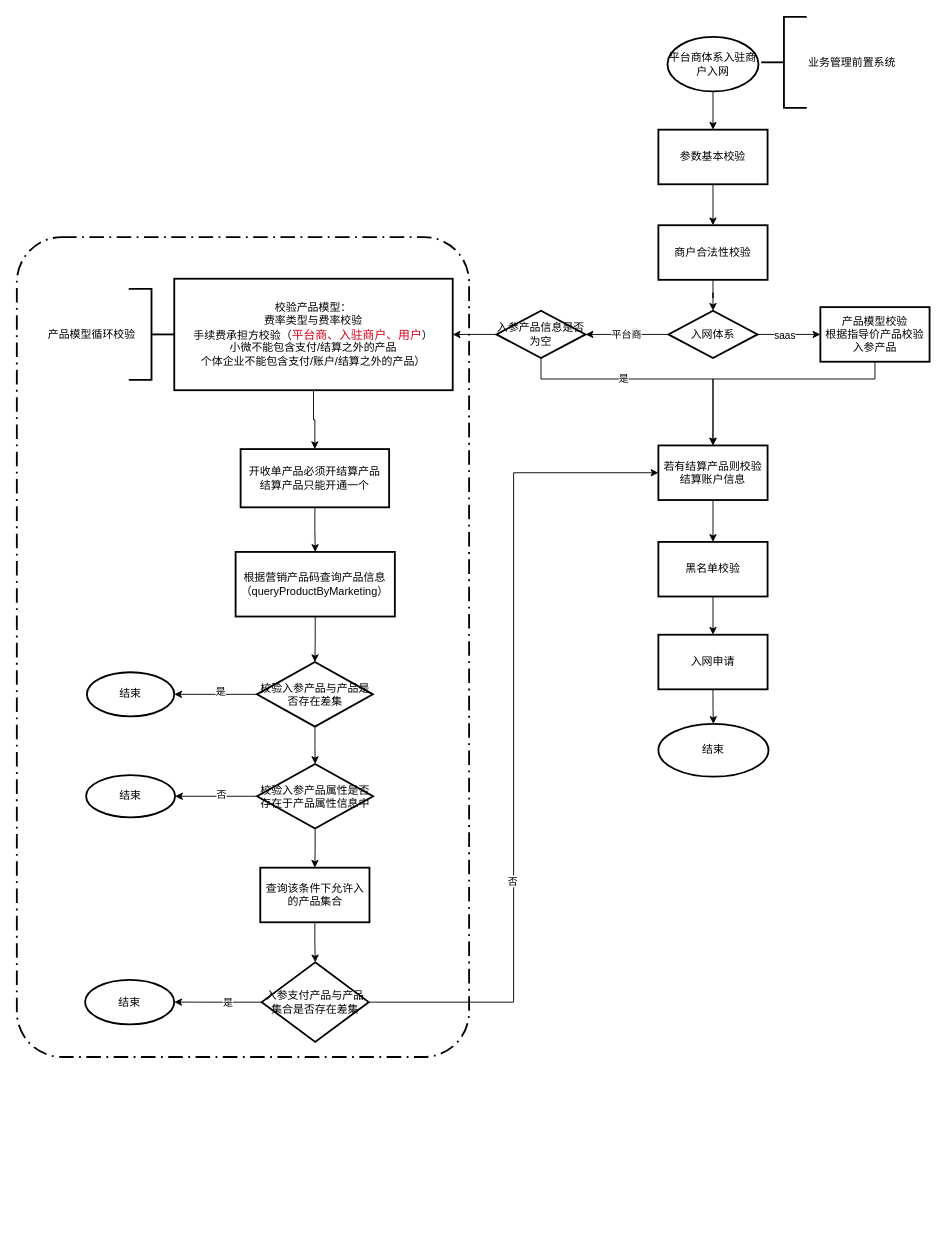
fengyong7723131/work keeps this draw.io diagram as page "迁移平台商入驻商户存在产品" (1 of 2) of 未命名绘图.drawio. Above is the earlier version. Source tidied: cells renumbered, new cells numbered last; positions are measured from the earlier drawing's top-left corner, leaving out a move shared by most shapes. Both pictures are drawn from the tidied source at 91%, with x=0, y=0 at pixel (16, 16).
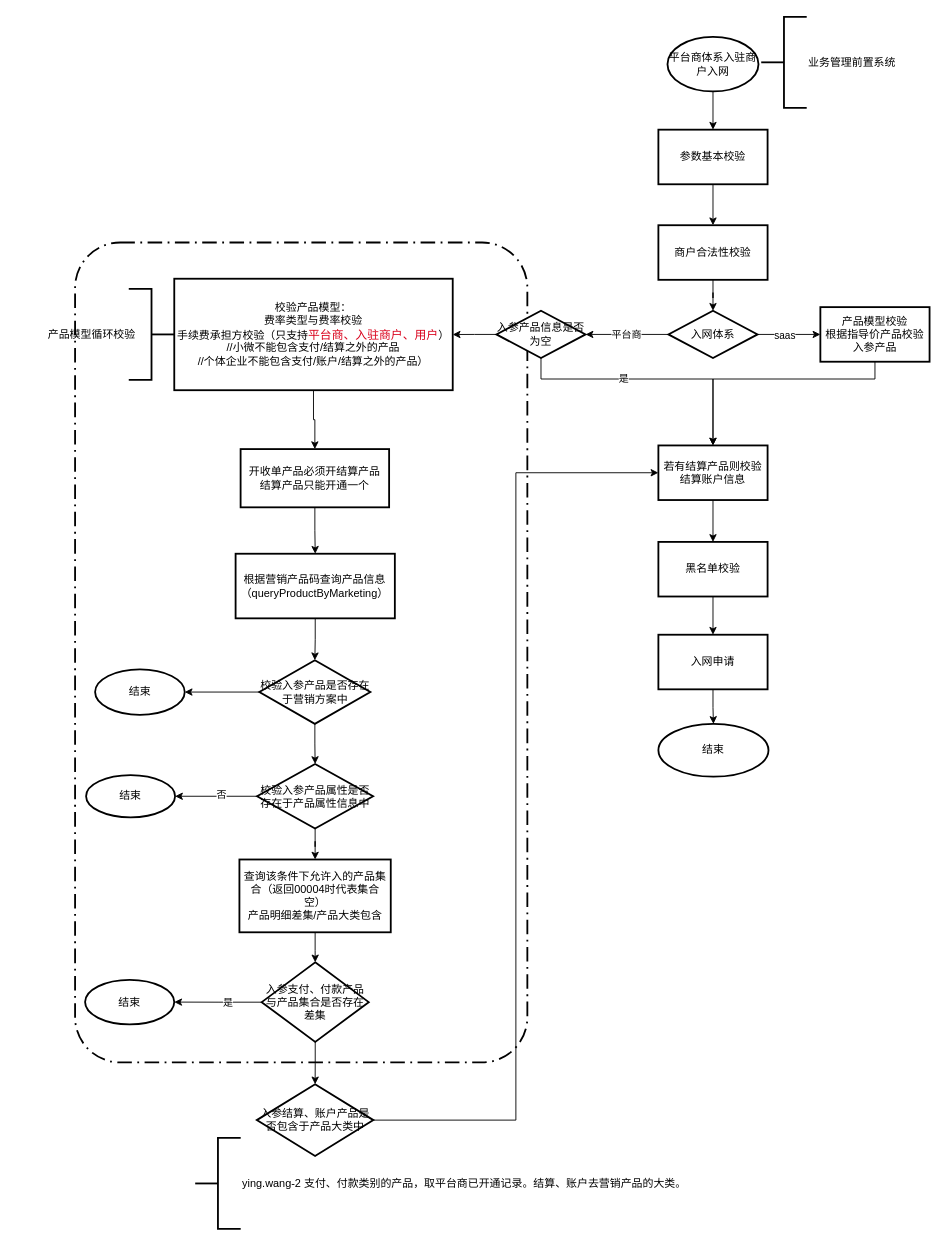
Above is the later version.

Commit message:
更新未命名绘图.drawio

Unchanged cells that the change refers to:
```xml
<mxCell id="22" value="若有结算产品则校验结算账户信息" style="whiteSpace=wrap;html=1;strokeWidth=2;" parent="1" vertex="1">
  <mxGeometry x="705" y="471" width="120" height="60" as="geometry" />
</mxCell>
<mxCell id="36" value="校验入参产品属性是否存在于产品属性信息中" style="rhombus;whiteSpace=wrap;html=1;strokeWidth=2;" parent="1" vertex="1">
  <mxGeometry x="264" y="821" width="127.5" height="71" as="geometry" />
</mxCell>
```

Diff of the diagram source:
```diff
@@
     <mxCell id="2" style="rounded=1;arcSize=10;dashed=1;strokeColor=#000000;fillColor=none;gradientColor=none;dashPattern=8 3 1 3;strokeWidth=2;" parent="1" vertex="1">
-      <mxGeometry y="242" width="497" height="901" as="geometry" />
+      <mxGeometry x="64" y="248" width="497" height="901" as="geometry" />
     </mxCell>
@@
-    <mxCell id="19" style="edgeStyle=orthogonalEdgeStyle;rounded=0;jettySize=auto;html=1;" parent="1" edge="1" source="20" target="31">
-      <mxGeometry relative="1" as="geometry" />
-    </mxCell>
+    <mxCell id="53" style="edgeStyle=orthogonalEdgeStyle;rounded=0;jettySize=auto;html=1;" parent="1" edge="1" source="20" target="58">
+      <mxGeometry relative="1" as="geometry" />
+    </mxCell>
     <mxCell id="20" value="根据营销产品码查询产品信息（queryProductByMarketing）" style="whiteSpace=wrap;html=1;strokeWidth=2;" parent="1" vertex="1">
-      <mxGeometry x="240.4" y="588" width="175" height="71" as="geometry" />
+      <mxGeometry x="240.4" y="590" width="175" height="71" as="geometry" />
     </mxCell>
@@
-    <mxCell id="28" style="edgeStyle=orthogonalEdgeStyle;rounded=0;jettySize=auto;html=1;" parent="1" edge="1" source="31" target="32">
-      <mxGeometry relative="1" as="geometry" />
-    </mxCell>
-    <mxCell id="29" value="是" style="edgeLabel;html=1;align=center;verticalAlign=middle;" parent="28" vertex="1">
-      <mxGeometry x="-0.12" y="-3" relative="1" as="geometry" />
-    </mxCell>
-    <mxCell id="30" style="edgeStyle=orthogonalEdgeStyle;rounded=0;jettySize=auto;html=1;" parent="1" edge="1" source="31" target="36">
-      <mxGeometry relative="1" as="geometry" />
-    </mxCell>
-    <mxCell id="31" value="&lt;span&gt;校验入参产品与产品是否存在差集&lt;/span&gt;" style="rhombus;whiteSpace=wrap;html=1;strokeWidth=2;" parent="1" vertex="1">
-      <mxGeometry x="263.8" y="709" width="127.5" height="71" as="geometry" />
-    </mxCell>
-    <mxCell id="32" value="结束" style="ellipse;whiteSpace=wrap;html=1;strokeWidth=2;" parent="1" vertex="1">
-      <mxGeometry x="77" y="720.2" width="96" height="48.5" as="geometry" />
-    </mxCell>
@@
-    <mxCell id="39" value="查询该条件下允许入的产品集合" style="whiteSpace=wrap;html=1;strokeWidth=2;" parent="1" vertex="1">
-      <mxGeometry x="267.5" y="935" width="120" height="60" as="geometry" />
+    <mxCell id="39" value="查询该条件下允许入的产品集合（返回00004时代表集合空）&lt;br&gt;产品明细差集/产品大类包含" style="whiteSpace=wrap;html=1;strokeWidth=2;" parent="1" vertex="1">
+      <mxGeometry x="244.6" y="926" width="166.3" height="80" as="geometry" />
     </mxCell>
@@
-    <mxCell id="41" value="校验产品模型：&lt;br&gt;费率类型与费率校验&lt;br&gt;手续费承担方校验（&lt;span style=&quot;color: rgb(217 , 0 , 27) ; font-family: , &amp;#34;pingfang sc&amp;#34; , sans-serif ; font-size: 13px&quot;&gt;平台商、入驻商户、用户&lt;/span&gt;）&lt;br&gt;小微不能包含支付/结算之外的产品&lt;br&gt;个体企业不能包含支付/账户/结算之外的产品）" style="whiteSpace=wrap;html=1;strokeWidth=2;" parent="1" vertex="1">
+    <mxCell id="41" value="校验产品模型：&lt;br&gt;费率类型与费率校验&lt;br&gt;手续费承担方校验（只支持&lt;span style=&quot;color: rgb(217 , 0 , 27) ; font-family: , &amp;#34;pingfang sc&amp;#34; , sans-serif ; font-size: 13px&quot;&gt;平台商、入驻商户、用户&lt;/span&gt;）&lt;br&gt;//小微不能包含支付/结算之外的产品&lt;br&gt;//个体企业不能包含支付/账户/结算之外的产品）" style="whiteSpace=wrap;html=1;strokeWidth=2;" parent="1" vertex="1">
       <mxGeometry x="173" y="287.8" width="306" height="122.5" as="geometry" />
     </mxCell>
@@
-    <mxCell id="46" style="edgeStyle=orthogonalEdgeStyle;rounded=0;jettySize=auto;html=1;entryX=0;entryY=0.5;entryDx=0;entryDy=0;" parent="1" edge="1" source="48" target="22">
-      <mxGeometry relative="1" as="geometry" />
-    </mxCell>
-    <mxCell id="47" value="否" style="edgeLabel;html=1;align=center;verticalAlign=middle;" parent="46" vertex="1">
-      <mxGeometry x="-0.35" y="1" relative="1" as="geometry" />
-    </mxCell>
+    <mxCell id="54" style="edgeStyle=orthogonalEdgeStyle;rounded=0;jettySize=auto;html=1;" parent="1" edge="1" source="48" target="60">
+      <mxGeometry relative="1" as="geometry" />
+    </mxCell>
-    <mxCell id="48" value="&lt;span&gt;入参支付产品与产品集合是否存在差集&lt;/span&gt;" style="rhombus;whiteSpace=wrap;html=1;strokeWidth=2;" parent="1" vertex="1">
+    <mxCell id="48" value="&lt;span&gt;入参支付、付款产品与产品集合是否存在差集&lt;/span&gt;" style="rhombus;whiteSpace=wrap;html=1;strokeWidth=2;" parent="1" vertex="1">
       <mxGeometry x="269.1" y="1039" width="117.6" height="87.5" as="geometry" />
     </mxCell>
@@
+    <mxCell id="55" value="ying.wang-2 支付、付款类别的产品，取平台商已开通记录。结算、账户去营销产品的大类。" style="strokeWidth=2;html=1;shape=mxgraph.flowchart.annotation_2;align=left;labelPosition=right;" parent="1" vertex="1">
+      <mxGeometry x="196" y="1232" width="50" height="100" as="geometry" />
+    </mxCell>
+    <mxCell id="56" style="edgeStyle=orthogonalEdgeStyle;rounded=0;jettySize=auto;html=1;" parent="1" edge="1" source="58" target="36">
+      <mxGeometry relative="1" as="geometry" />
+    </mxCell>
+    <mxCell id="57" style="edgeStyle=orthogonalEdgeStyle;rounded=0;jettySize=auto;html=1;" parent="1" edge="1" source="58" target="32">
+      <mxGeometry relative="1" as="geometry" />
+    </mxCell>
+    <mxCell id="58" value="校验入参产品是否存在于营销方案中" style="rhombus;whiteSpace=wrap;html=1;strokeWidth=2;" parent="1" vertex="1">
+      <mxGeometry x="266.5" y="707" width="122" height="70" as="geometry" />
+    </mxCell>
+    <mxCell id="32" value="结束" style="ellipse;whiteSpace=wrap;html=1;strokeWidth=2;" parent="1" vertex="1">
+      <mxGeometry x="86" y="717" width="98.5" height="50" as="geometry" />
+    </mxCell>
+    <mxCell id="59" style="edgeStyle=orthogonalEdgeStyle;rounded=0;jettySize=auto;html=1;exitX=1;exitY=0.5;exitDx=0;exitDy=0;entryX=0;entryY=0.5;entryDx=0;entryDy=0;" parent="1" edge="1" source="60" target="22">
+      <mxGeometry relative="1" as="geometry" />
+    </mxCell>
+    <mxCell id="60" value="入参结算、账户产品是否包含于产品大类中" style="rhombus;whiteSpace=wrap;html=1;strokeWidth=2;" parent="1" vertex="1">
+      <mxGeometry x="263.7" y="1173" width="128.1" height="78.8" as="geometry" />
+    </mxCell>
```
